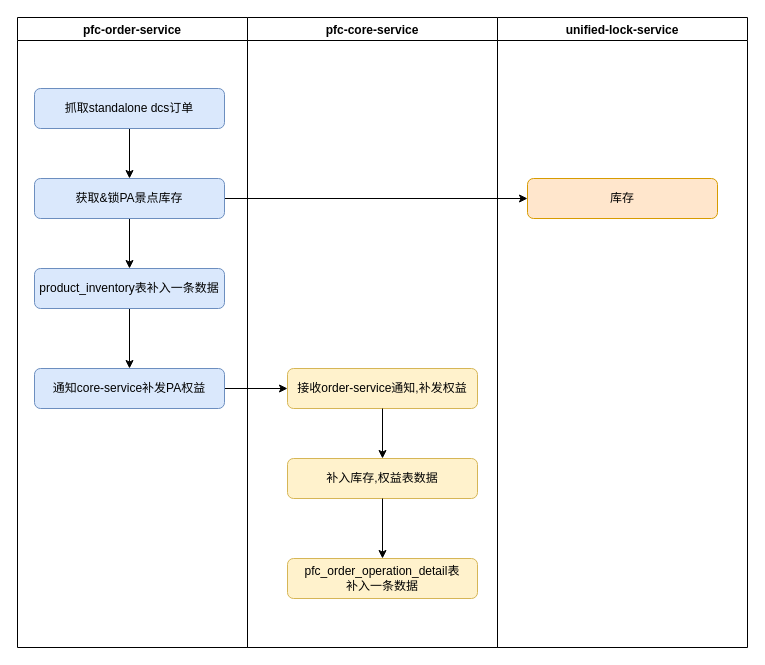
This is disney/epep-revamp-reissue_dcs_data.drawio from lixyu/draw, a draw.io file, before an edit. Source tidied: cells renumbered, new cells numbered last; positions are measured from the earlier drawing's top-left corner, leaving out a move shared by most shapes. Both pictures are drawn from the tidied source at 100%, with x=0, y=0 at pixel (17, 17).
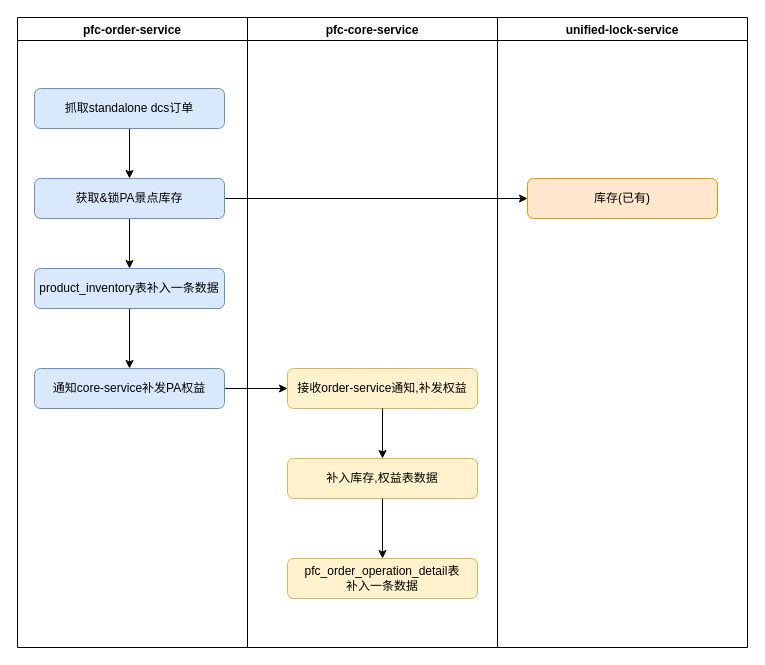
The same page after the edit.

Unchanged cells that the change refers to:
```xml
<mxCell id="18" value="unified-lock-service" style="swimlane;" parent="1" vertex="1">
  <mxGeometry x="480" width="250" height="630" as="geometry" />
</mxCell>
```

Diff of the diagram source:
```diff
@@
-    <mxCell id="21" value="库存" style="rounded=1;whiteSpace=wrap;html=1;fillColor=#ffe6cc;strokeColor=#d79b00;" parent="18" vertex="1">
+    <mxCell id="21" value="库存(已有)" style="rounded=1;whiteSpace=wrap;html=1;fillColor=#ffe6cc;strokeColor=#d79b00;" parent="18" vertex="1">
       <mxGeometry x="30" y="161" width="190" height="40" as="geometry" />
     </mxCell>
```
